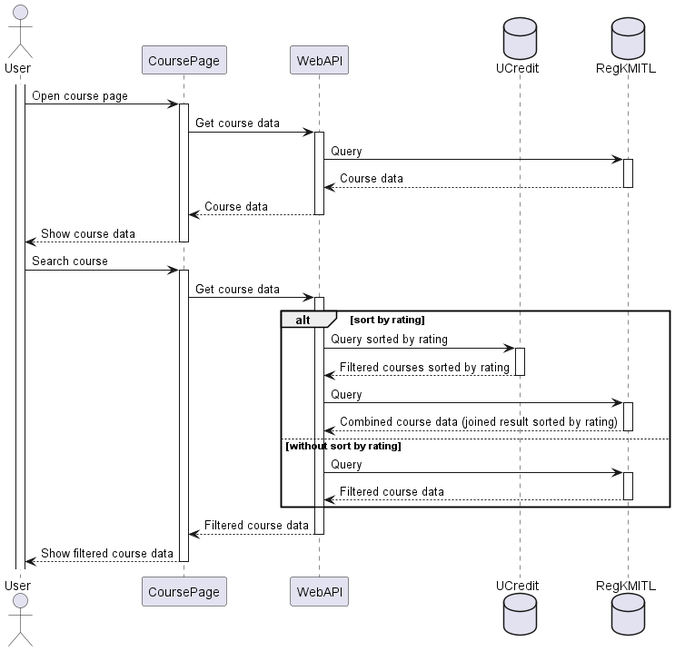
This is out/diagram/course-page-sequence/Course Page.png from u-credit/solution, a PlantUML export, as it was before one commit.
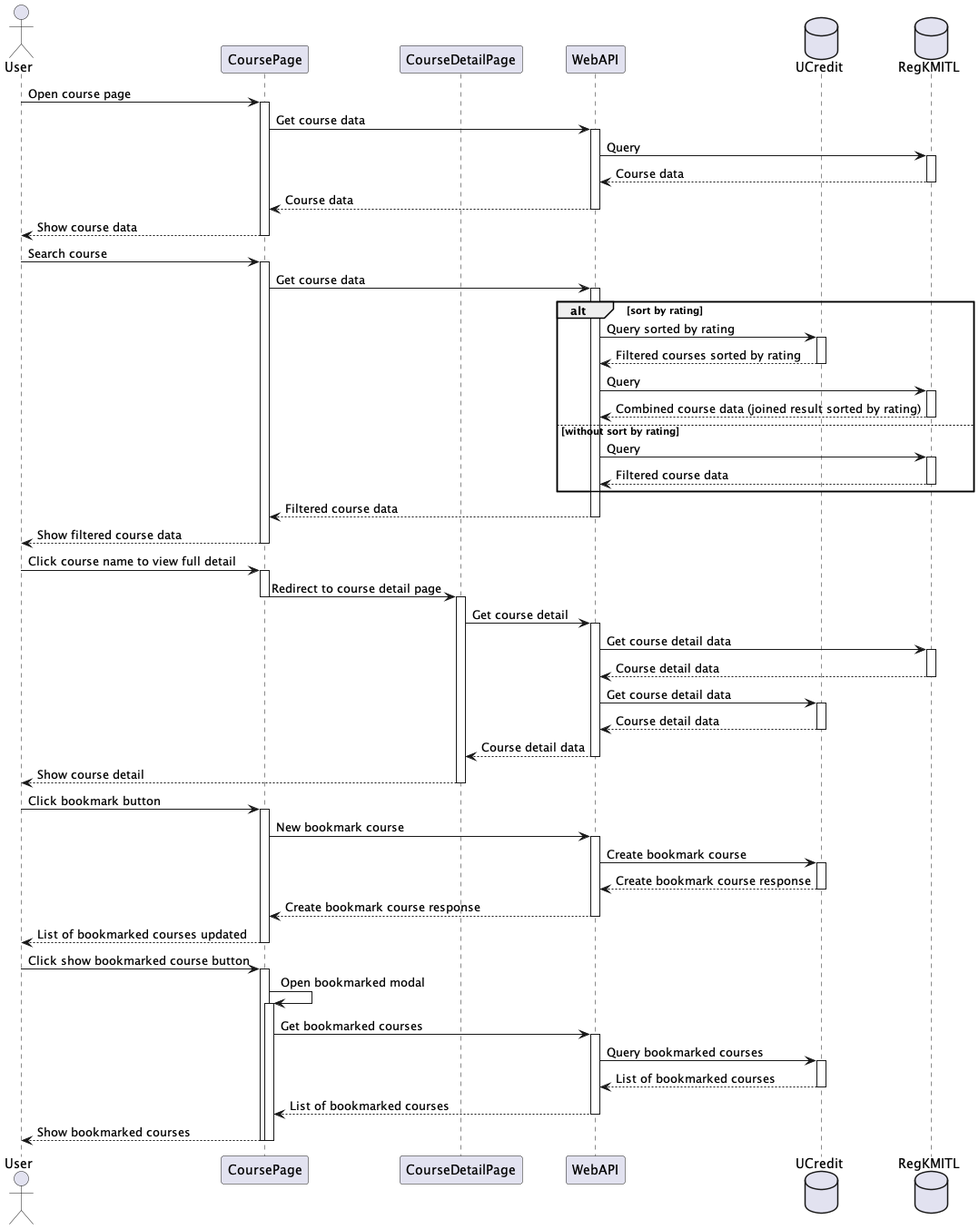
Later version of the same file.

Commit message:
schedule page

Diff of the diagram source:
```diff
@@ -1,11 +1,11 @@
 @startuml Course Page
 actor User
 participant CoursePage
+participant CourseDetailPage
 participant WebAPI
 database UCredit
 database RegKMITL
 
-activate User
 User -> CoursePage ++ : Open course page
 CoursePage -> WebAPI ++ : Get course data
 WebAPI -> RegKMITL ++ : Query
@@ -27,5 +27,29 @@
 WebAPI --> CoursePage -- : Filtered course data
 CoursePage --> User -- : Show filtered course data
 
+User -> CoursePage ++ : Click course name to view full detail
+CoursePage -> CourseDetailPage --++ : Redirect to course detail page
+CourseDetailPage -> WebAPI ++ : Get course detail
+WebAPI -> RegKMITL ++ : Get course detail data
+return Course detail data
+WebAPI -> UCredit ++ : Get course detail data
+return Course detail data
+return Course detail data
+CourseDetailPage --> User -- : Show course detail
 
+User -> CoursePage ++ : Click bookmark button
+CoursePage -> WebAPI ++ : New bookmark course
+WebAPI -> UCredit ++ : Create bookmark course
+return Create bookmark course response
+return Create bookmark course response
+CoursePage --> User -- : List of bookmarked courses updated
+
+User -> CoursePage ++ : Click show bookmarked course button
+CoursePage -> CoursePage ++ : Open bookmarked modal
+CoursePage -> WebAPI ++ : Get bookmarked courses
+WebAPI -> UCredit ++ : Query bookmarked courses
+return List of bookmarked courses
+return List of bookmarked courses
+CoursePage --> User -- : Show bookmarked courses
+deactivate CoursePage
 @enduml
```
